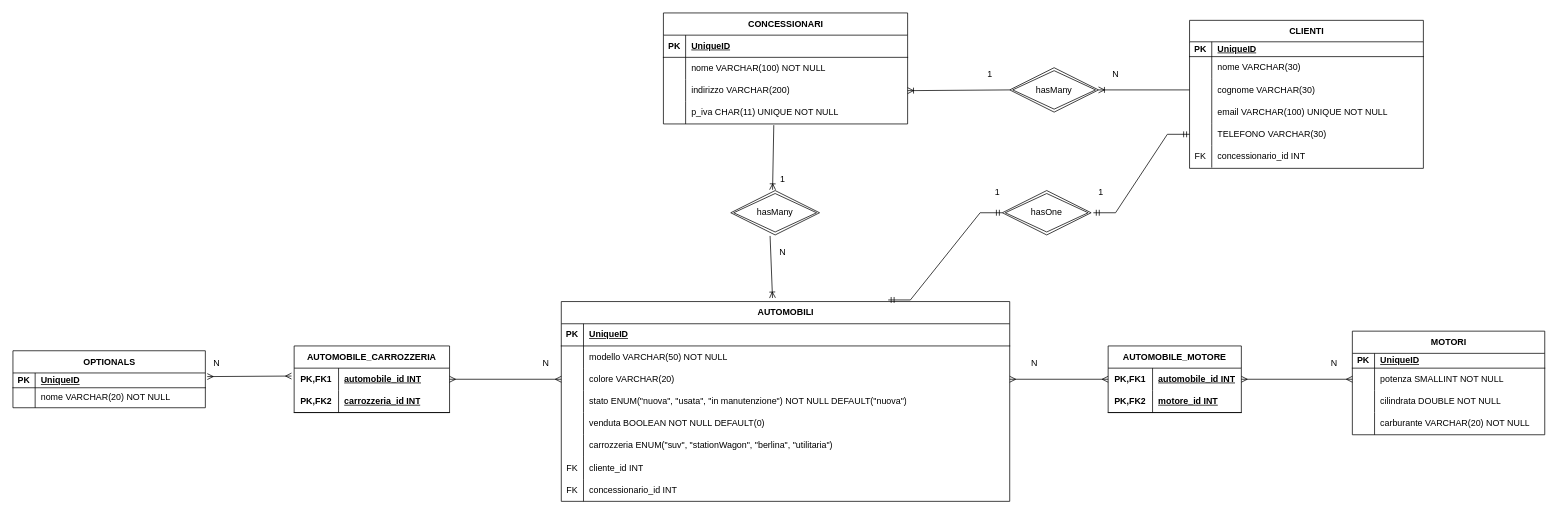
The draw.io diagram ER Concessionario.drawio in GrPaladino/Concessionario, before the edit. Source tidied: cells renumbered, new cells numbered last; positions are measured from the earlier drawing's top-left corner, leaving out a move shared by most shapes. Both pictures are drawn from the tidied source at 74%, with x=0, y=0 at pixel (13, 13).
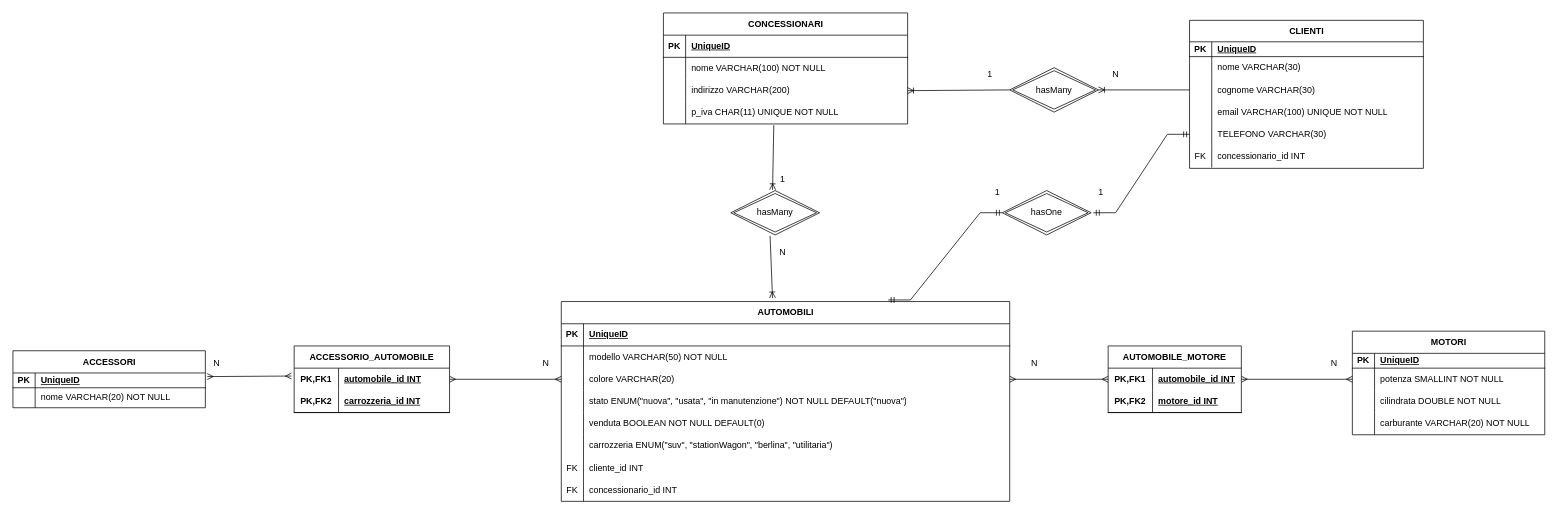
Above is the later version.

Commit message (it also covers changes not shown here):
Add Enum Carrozzeria

Diff of the diagram source:
```diff
@@
-    <mxCell id="71" value="OPTIONALS" style="shape=table;startSize=30;childLayout=tableLayout;rowLines=0;fontStyle=1;align=center;html=1;" parent="1" vertex="1">
+    <mxCell id="71" value="ACCESSORI" style="shape=table;startSize=30;childLayout=tableLayout;rowLines=0;fontStyle=1;align=center;html=1;" parent="1" vertex="1">
       <mxGeometry y="456.5" width="260" height="77" as="geometry" />
     </mxCell>
@@
-    <mxCell id="79" value="AUTOMOBILE_CARROZZERIA" style="shape=table;startSize=30;childLayout=tableLayout;rowLines=0;fontStyle=1;align=center;html=1;whiteSpace=wrap;" parent="1" vertex="1">
+    <mxCell id="79" value="ACCESSORIO_AUTOMOBILE" style="shape=table;startSize=30;childLayout=tableLayout;rowLines=0;fontStyle=1;align=center;html=1;whiteSpace=wrap;" parent="1" vertex="1">
       <mxGeometry x="380" y="450" width="210" height="90" as="geometry" />
     </mxCell>
```
